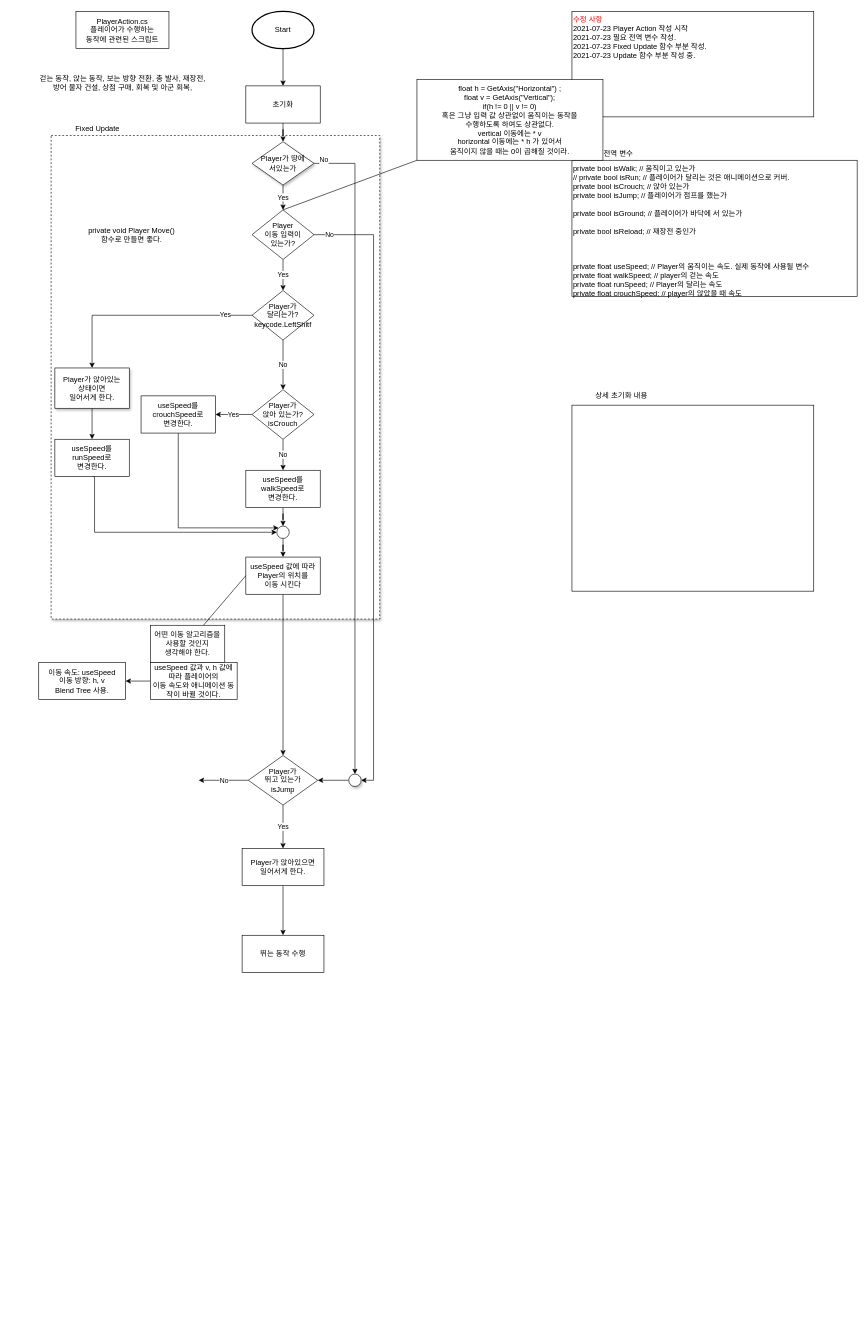
This is FlowChart/PlayerAction.drawio from BckLily/YeilMainProjectBackUp, a draw.io file, before an edit. Source tidied: cells renumbered, new cells numbered last; positions are measured from the earlier drawing's top-left corner, leaving out a move shared by most shapes. Both pictures are drawn from the tidied source at 62%, with x=0, y=0 at pixel (29, 11).
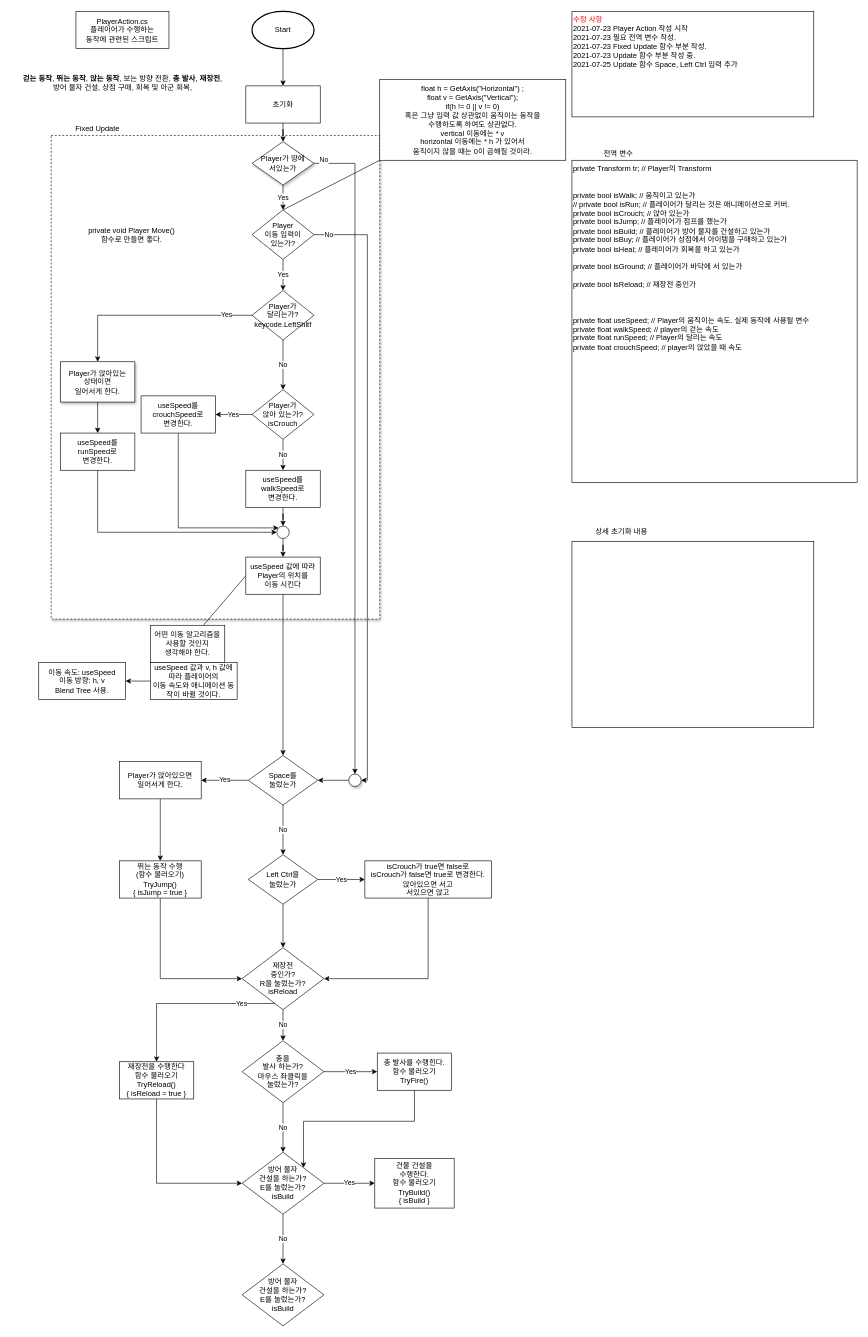
After the change.

Unchanged cells that the change refers to:
```xml
<mxCell id="16" value="Player&lt;br&gt;이동 입력이&lt;br&gt;있는가?" style="html=1;shape=mxgraph.flowchart.decision;whiteSpace=wrap;align=center;" parent="1" vertex="1">
  <mxGeometry x="359" y="320" width="100" height="80" as="geometry" />
</mxCell>
<mxCell id="28" style="ellipse;whiteSpace=wrap;html=1;align=left;" parent="1" vertex="1">
  <mxGeometry x="399" y="830" width="20" height="20" as="geometry" />
</mxCell>
<mxCell id="50" style="ellipse;whiteSpace=wrap;html=1;rounded=0;shadow=1;glass=0;sketch=0;strokeWidth=1;align=center;" parent="1" vertex="1">
  <mxGeometry x="515" y="1230" width="20" height="20" as="geometry" />
</mxCell>
```

Change to the diagram source:
```diff
@@
-    <mxCell id="4" value="걷는 동작, 앉는 동작, 보는 방향 전환, 총 발사, 재장전,&lt;br&gt;방어 물자 건설, 상점 구매, 회복 및 아군 회복," style="text;html=1;align=center;verticalAlign=middle;" parent="1" vertex="1">
-      <mxGeometry y="100" width="300" height="30" as="geometry" />
+    <mxCell id="4" value="&lt;b&gt;걷는 동작&lt;/b&gt;, &lt;b&gt;뛰는 동작&lt;/b&gt;, &lt;b&gt;앉는 동작&lt;/b&gt;, 보는 방향 전환, &lt;b&gt;총 발사&lt;/b&gt;, &lt;b&gt;재장전&lt;/b&gt;,&lt;br&gt;방어 물자 건설, 상점 구매, 회복 및 아군 회복," style="text;html=1;align=center;verticalAlign=middle;" parent="1" vertex="1">
+      <mxGeometry x="-30" y="100" width="360" height="30" as="geometry" />
     </mxCell>
@@
-    <mxCell id="9" value="&lt;font color=&quot;#ff0000&quot;&gt;수정 사항&lt;br&gt;&lt;/font&gt;2021-07-23 Player Action 작성 시작&lt;br&gt;2021-07-23 필요 전역 변수 작성.&lt;br&gt;2021-07-23 Fixed Update 함수 부분 작성.&lt;br&gt;2021-07-23 Update 함수 부분 작성 중." style="rounded=0;whiteSpace=wrap;html=1;align=left;verticalAlign=top;" parent="1" vertex="1">
+    <mxCell id="9" value="&lt;font color=&quot;#ff0000&quot;&gt;수정 사항&lt;br&gt;&lt;/font&gt;2021-07-23 Player Action 작성 시작&lt;br&gt;2021-07-23 필요 전역 변수 작성.&lt;br&gt;2021-07-23 Fixed Update 함수 부분 작성.&lt;br&gt;2021-07-23 Update 함수 부분 작성 중.&lt;br&gt;2021-07-25 Update 함수 Space, Left Ctrl 입력 추가" style="rounded=0;whiteSpace=wrap;html=1;align=left;verticalAlign=top;" parent="1" vertex="1">
       <mxGeometry x="875" width="390" height="170" as="geometry" />
     </mxCell>
-    <mxCell id="10" value="private bool isWalk; // 움직이고 있는가&lt;br&gt;// private bool isRun; // 플레이어가 달리는 것은 애니메이션으로 커버.&lt;br&gt;private bool isCrouch; // 앉아 있는가&lt;br&gt;private bool isJump; // 플레이어가 점프를 했는가&lt;br&gt;&lt;br&gt;private bool isGround; // 플레이어가 바닥에 서 있는가&lt;br&gt;&lt;br&gt;private bool isReload; // 재장전 중인가&lt;br&gt;&lt;br&gt;&lt;br&gt;&lt;br&gt;private float useSpeed; // Player의 움직이는 속도. 실제 동작에 사용될 변수&lt;br&gt;private float walkSpeed; // player의 걷는 속도&lt;br&gt;private float runSpeed; // Player의 달리는 속도&lt;br&gt;private float crouchSpeed; // player의 앉았을 때 속도" style="rounded=0;whiteSpace=wrap;html=1;align=left;verticalAlign=top;" parent="1" vertex="1">
-      <mxGeometry x="875" y="240" width="460" height="220" as="geometry" />
+    <mxCell id="10" value="private Transform tr; // Player의 Transform&lt;br&gt;&lt;br&gt;&lt;br&gt;private bool isWalk; // 움직이고 있는가&lt;br&gt;// private bool isRun; // 플레이어가 달리는 것은 애니메이션으로 커버.&lt;br&gt;private bool isCrouch; // 앉아 있는가&lt;br&gt;private bool isJump; // 플레이어가 점프를 했는가&lt;br&gt;private bool isBuild; // 플레이어가 방어 물자를 건설하고 있는가&lt;br&gt;private bool isBuy; // 플레이어가 상점에서 아이템을 구매하고 있는가&lt;br&gt;private bool isHeal; // 플레이어가 회복을 하고 있는가&lt;br&gt;&lt;br&gt;private bool isGround; // 플레이어가 바닥에 서 있는가&lt;br&gt;&lt;br&gt;private bool isReload; // 재장전 중인가&lt;br&gt;&lt;br&gt;&lt;br&gt;&lt;br&gt;private float useSpeed; // Player의 움직이는 속도. 실제 동작에 사용될 변수&lt;br&gt;private float walkSpeed; // player의 걷는 속도&lt;br&gt;private float runSpeed; // Player의 달리는 속도&lt;br&gt;private float crouchSpeed; // player의 앉았을 때 속도" style="rounded=0;whiteSpace=wrap;html=1;align=left;verticalAlign=top;" parent="1" vertex="1">
+      <mxGeometry x="875" y="240" width="460" height="520" as="geometry" />
     </mxCell>
@@
     <mxCell id="12" style="rounded=0;whiteSpace=wrap;html=1;align=left;verticalAlign=top;" parent="1" vertex="1">
-      <mxGeometry x="875" y="635" width="390" height="300" as="geometry" />
+      <mxGeometry x="875" y="855" width="390" height="300" as="geometry" />
     </mxCell>
     <mxCell id="13" value="상세 초기화 내용" style="text;html=1;strokeColor=none;fillColor=none;align=center;verticalAlign=middle;whiteSpace=wrap;rounded=0;" parent="1" vertex="1">
-      <mxGeometry x="875" y="610" width="160" height="20" as="geometry" />
+      <mxGeometry x="875" y="830" width="160" height="20" as="geometry" />
     </mxCell>
@@
     <mxCell id="15" value="No" style="edgeStyle=orthogonalEdgeStyle;rounded=0;jettySize=auto;html=1;entryX=1;entryY=0.5;entryDx=0;entryDy=0;exitX=1;exitY=0.5;exitDx=0;exitDy=0;exitPerimeter=0;" parent="1" edge="1" source="16" target="50">
       <mxGeometry x="-0.95" relative="1" as="geometry">
         <Array as="points">
-          <mxPoint x="555" y="360" />
-          <mxPoint x="555" y="1240" />
+          <mxPoint x="545" y="360" />
+          <mxPoint x="545" y="1240" />
         </Array>
       </mxGeometry>
     </mxCell>
@@
     <mxCell id="23" style="edgeStyle=orthogonalEdgeStyle;rounded=0;jettySize=auto;html=1;entryX=0;entryY=0.5;entryDx=0;entryDy=0;exitX=0.5;exitY=1;exitDx=0;exitDy=0;" parent="1" edge="1" source="24" target="28">
       <mxGeometry relative="1" as="geometry">
         <Array as="points">
-          <mxPoint x="105" y="840" />
+          <mxPoint x="110" y="840" />
         </Array>
       </mxGeometry>
     </mxCell>
     <mxCell id="24" value="useSpeed를&lt;br&gt;runSpeed로&lt;br&gt;변경한다." style="whiteSpace=wrap;html=1;" parent="1" vertex="1">
-      <mxGeometry x="41" y="690" width="120" height="60" as="geometry" />
+      <mxGeometry x="50" y="680" width="120" height="60" as="geometry" />
     </mxCell>
@@
-    <mxCell id="34" value="No" style="edgeStyle=orthogonalEdgeStyle;rounded=0;jettySize=auto;html=1;" parent="1" edge="1" source="35">
-      <mxGeometry relative="1" as="geometry">
-        <mxPoint x="273" y="1240" as="targetPoint" />
-      </mxGeometry>
-    </mxCell>
+    <mxCell id="56" value="No" style="edgeStyle=orthogonalEdgeStyle;rounded=0;jettySize=auto;html=1;" parent="1" edge="1" source="35" target="60">
+      <mxGeometry relative="1" as="geometry" />
+    </mxCell>
-    <mxCell id="35" value="Player가&lt;br&gt;뛰고 있는가&lt;br&gt;isJump" style="rhombus;whiteSpace=wrap;html=1;rounded=0;" parent="1" vertex="1">
+    <mxCell id="35" value="Space를&lt;br&gt;눌렀는가" style="rhombus;whiteSpace=wrap;html=1;rounded=0;" parent="1" vertex="1">
       <mxGeometry x="353" y="1200" width="112" height="80" as="geometry" />
     </mxCell>
@@
     <mxCell id="42" value="float h = GetAxis(&quot;Horizontal&quot;) ;&lt;br&gt;float v = GetAxis(&quot;Vertical&quot;);&lt;br&gt;if(h != 0 || v != 0)&lt;br&gt;혹은 그냥 입력 값 상관없이 움직이는 동작을&lt;br&gt;수행하도록 하여도 상관없다.&lt;br&gt;vertical 이동에는 * v&lt;br&gt;horizontal 이동에는 * h 가 있어서&lt;br&gt;움직이지 않을 때는 0이 곱해질 것이라." style="rounded=0;whiteSpace=wrap;html=1;" parent="1" vertex="1">
-      <mxGeometry x="625" y="110" width="300" height="130" as="geometry" />
+      <mxGeometry x="565" y="110" width="300" height="130" as="geometry" />
     </mxCell>
@@
     <mxCell id="52" value="Player가 앉아있으면&lt;br&gt;일어서게 한다." style="whiteSpace=wrap;html=1;rounded=0;" parent="1" vertex="1">
-      <mxGeometry x="343" y="1350" width="132" height="60" as="geometry" />
+      <mxGeometry x="145" y="1210" width="132" height="60" as="geometry" />
     </mxCell>
@@
     <mxCell id="54" value="Player가 앉아있는&lt;br&gt;상태이면&lt;br&gt;일어서게 한다." style="rounded=0;whiteSpace=wrap;html=1;shadow=1;glass=0;sketch=0;strokeWidth=1;align=center;" parent="1" vertex="1">
-      <mxGeometry x="41" y="575" width="120" height="65" as="geometry" />
+      <mxGeometry x="50" y="565" width="120" height="65" as="geometry" />
     </mxCell>
+    <mxCell id="57" style="edgeStyle=orthogonalEdgeStyle;rounded=0;jettySize=auto;html=1;entryX=0;entryY=0.5;entryDx=0;entryDy=0;exitX=0.5;exitY=1;exitDx=0;exitDy=0;" parent="1" edge="1" source="55" target="65">
+      <mxGeometry relative="1" as="geometry">
+        <Array as="points">
+          <mxPoint x="211" y="1560" />
+        </Array>
+      </mxGeometry>
+    </mxCell>
-    <mxCell id="55" value="뛰는 동작 수행" style="whiteSpace=wrap;html=1;rounded=0;" parent="1" vertex="1">
-      <mxGeometry x="343" y="1490" width="132" height="60" as="geometry" />
+    <mxCell id="55" value="뛰는 동작 수행&lt;br&gt;(함수 불러오기)&lt;br&gt;TryJump()&lt;br&gt;{ isJump = true }" style="whiteSpace=wrap;html=1;rounded=0;" parent="1" vertex="1">
+      <mxGeometry x="145" y="1370" width="132" height="60" as="geometry" />
     </mxCell>
+    <mxCell id="58" value="Yes" style="edgeStyle=orthogonalEdgeStyle;rounded=0;jettySize=auto;html=1;" parent="1" edge="1" source="60" target="62">
+      <mxGeometry relative="1" as="geometry" />
+    </mxCell>
+    <mxCell id="59" style="edgeStyle=orthogonalEdgeStyle;rounded=0;jettySize=auto;html=1;" parent="1" edge="1" source="60" target="65">
+      <mxGeometry relative="1" as="geometry" />
+    </mxCell>
+    <mxCell id="60" value="Left Ctrl을&lt;br&gt;눌렀는가" style="rhombus;whiteSpace=wrap;html=1;rounded=0;" parent="1" vertex="1">
+      <mxGeometry x="353" y="1360" width="112" height="80" as="geometry" />
+    </mxCell>
+    <mxCell id="61" style="edgeStyle=orthogonalEdgeStyle;rounded=0;jettySize=auto;html=1;entryX=1;entryY=0.5;entryDx=0;entryDy=0;exitX=0.5;exitY=1;exitDx=0;exitDy=0;" parent="1" edge="1" source="62" target="65">
+      <mxGeometry relative="1" as="geometry">
+        <Array as="points">
+          <mxPoint x="643" y="1560" />
+        </Array>
+      </mxGeometry>
+    </mxCell>
+    <mxCell id="62" value="isCrouch가 true면 false로&lt;br&gt;isCrouch가 false면 true로 변경한다.&lt;br&gt;앉아있으면 서고&lt;br&gt;서있으면 앉고" style="whiteSpace=wrap;html=1;rounded=0;" parent="1" vertex="1">
+      <mxGeometry x="541" y="1370" width="204" height="60" as="geometry" />
+    </mxCell>
+    <mxCell id="63" value="No" style="edgeStyle=orthogonalEdgeStyle;rounded=0;jettySize=auto;html=1;" parent="1" edge="1" source="65" target="68">
+      <mxGeometry relative="1" as="geometry" />
+    </mxCell>
+    <mxCell id="64" value="Yes" style="edgeStyle=orthogonalEdgeStyle;rounded=0;jettySize=auto;html=1;entryX=0.5;entryY=0;entryDx=0;entryDy=0;" parent="1" edge="1" source="65" target="70">
+      <mxGeometry x="-0.62" relative="1" as="geometry">
+        <Array as="points">
+          <mxPoint x="205" y="1600" />
+        </Array>
+      </mxGeometry>
+    </mxCell>
+    <mxCell id="65" value="재장전&lt;br&gt;중인가?&lt;br&gt;R을 눌렀는가?&lt;br&gt;isReload" style="rhombus;whiteSpace=wrap;html=1;rounded=0;" parent="1" vertex="1">
+      <mxGeometry x="343" y="1510" width="132" height="100" as="geometry" />
+    </mxCell>
+    <mxCell id="66" value="Yes" style="edgeStyle=orthogonalEdgeStyle;rounded=0;jettySize=auto;html=1;" parent="1" edge="1" source="68" target="72">
+      <mxGeometry relative="1" as="geometry" />
+    </mxCell>
+    <mxCell id="67" value="No" style="edgeStyle=orthogonalEdgeStyle;rounded=0;jettySize=auto;html=1;" parent="1" edge="1" source="68" target="75">
+      <mxGeometry relative="1" as="geometry" />
+    </mxCell>
+    <mxCell id="68" value="총을&lt;br&gt;발사 하는가?&lt;br&gt;마우스 좌클릭을&lt;br&gt;눌렀는가?" style="rhombus;whiteSpace=wrap;html=1;rounded=0;" parent="1" vertex="1">
+      <mxGeometry x="343" y="1660" width="132" height="100" as="geometry" />
+    </mxCell>
+    <mxCell id="69" style="edgeStyle=orthogonalEdgeStyle;rounded=0;jettySize=auto;html=1;entryX=0;entryY=0.5;entryDx=0;entryDy=0;exitX=0.5;exitY=1;exitDx=0;exitDy=0;" parent="1" edge="1" source="70" target="75">
+      <mxGeometry relative="1" as="geometry">
+        <Array as="points">
+          <mxPoint x="205" y="1890" />
+        </Array>
+      </mxGeometry>
+    </mxCell>
+    <mxCell id="70" value="재장전을 수행한다&lt;br&gt;함수 불러오기&lt;br&gt;TryReload()&lt;br&gt;{ isReload = true }" style="rounded=0;whiteSpace=wrap;html=1;" parent="1" vertex="1">
+      <mxGeometry x="145" y="1694" width="120" height="60" as="geometry" />
+    </mxCell>
+    <mxCell id="71" style="edgeStyle=orthogonalEdgeStyle;rounded=0;jettySize=auto;html=1;entryX=1;entryY=0;entryDx=0;entryDy=0;" parent="1" edge="1" source="72" target="75">
+      <mxGeometry relative="1" as="geometry">
+        <Array as="points">
+          <mxPoint x="621" y="1790" />
+          <mxPoint x="442" y="1790" />
+        </Array>
+      </mxGeometry>
+    </mxCell>
+    <mxCell id="72" value="총 발사를 수행힌다.&lt;br&gt;함수 불러오기&lt;br&gt;TryFire()" style="whiteSpace=wrap;html=1;rounded=0;" parent="1" vertex="1">
+      <mxGeometry x="561" y="1680" width="120" height="60" as="geometry" />
+    </mxCell>
+    <mxCell id="73" value="No" style="edgeStyle=orthogonalEdgeStyle;rounded=0;jettySize=auto;html=1;" parent="1" edge="1" source="75" target="76">
+      <mxGeometry relative="1" as="geometry" />
+    </mxCell>
+    <mxCell id="74" value="Yes" style="edgeStyle=orthogonalEdgeStyle;rounded=0;jettySize=auto;html=1;" parent="1" edge="1" source="75" target="77">
+      <mxGeometry relative="1" as="geometry" />
+    </mxCell>
+    <mxCell id="75" value="방어 물자&lt;br&gt;건설을 하는가?&lt;br&gt;E를 눌렀는가?&lt;br&gt;isBuild" style="rhombus;whiteSpace=wrap;html=1;rounded=0;" parent="1" vertex="1">
+      <mxGeometry x="343" y="1840" width="132" height="100" as="geometry" />
+    </mxCell>
+    <mxCell id="76" value="방어 물자&lt;br&gt;건설을 하는가?&lt;br&gt;E를 눌렀는가?&lt;br&gt;isBuild" style="rhombus;whiteSpace=wrap;html=1;rounded=0;" parent="1" vertex="1">
+      <mxGeometry x="343" y="2020" width="132" height="100" as="geometry" />
+    </mxCell>
+    <mxCell id="77" value="건물 건설을&lt;br&gt;수행한다.&lt;br&gt;함수 불러오기&lt;br&gt;TryBuild()&lt;br&gt;{ isBuild }" style="whiteSpace=wrap;html=1;rounded=0;" parent="1" vertex="1">
+      <mxGeometry x="557" y="1850" width="128" height="80" as="geometry" />
+    </mxCell>
```
